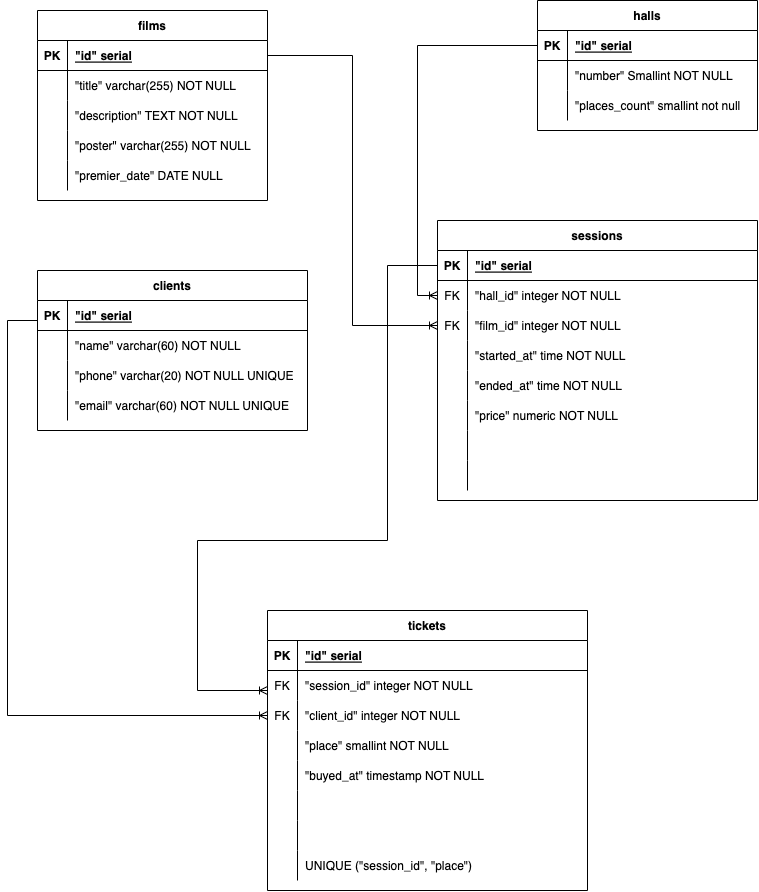
Above: relations.png in otusteamedu/PHP_2022 (draw.io), before the change. Source tidied: cells renumbered, new cells last; positions are measured from the earlier drawing's top-left corner, leaving out a move shared by most shapes.
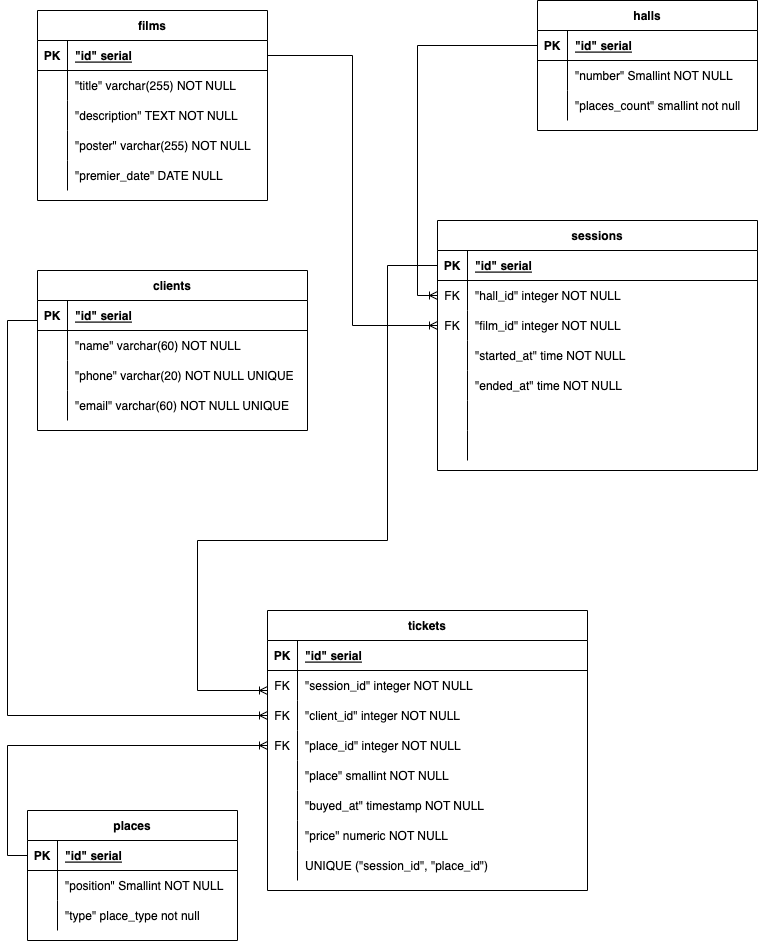
After the commit.

Commit message:
правки по ревью

The edit, as a diff of the source:
```diff
@@ -120,7 +120,7 @@
       <mxGeometry x="30" width="190" height="30" as="geometry" />
     </mxCell>
     <mxCell id="41" value="sessions" style="shape=table;startSize=30;rowLines=0;fontStyle=1;align=center;" parent="1" vertex="1">
-      <mxGeometry x="430" y="220" width="320" height="280" as="geometry" />
+      <mxGeometry x="430" y="220" width="320" height="250" as="geometry" />
     </mxCell>
     <mxCell id="42" style="shape=partialRectangle;fillColor=none;points=[[0,0.5],[1,0.5]];portConstraint=eastwest;top=0;left=0;right=0;bottom=1;" parent="41" vertex="1">
       <mxGeometry y="30" width="320" height="30" as="geometry" />
@@ -167,17 +167,8 @@
     <mxCell id="56" value="&quot;ended_at&quot; time NOT NULL" style="shape=partialRectangle;overflow=hidden;fillColor=none;top=0;left=0;bottom=0;right=0;align=left;spacingLeft=6;" parent="54" vertex="1">
       <mxGeometry x="30" width="290" height="30" as="geometry" />
     </mxCell>
-    <mxCell id="57" style="shape=partialRectangle;fillColor=none;top=0;left=0;right=0;bottom=0;" parent="41" vertex="1">
-      <mxGeometry y="180" width="320" height="30" as="geometry" />
-    </mxCell>
-    <mxCell id="58" style="shape=partialRectangle;overflow=hidden;fillColor=none;top=0;left=0;bottom=0;right=0;" parent="57" vertex="1">
-      <mxGeometry width="30" height="30" as="geometry" />
-    </mxCell>
-    <mxCell id="59" value="&quot;price&quot; numeric NOT NULL" style="shape=partialRectangle;overflow=hidden;fillColor=none;top=0;left=0;bottom=0;right=0;align=left;spacingLeft=6;" parent="57" vertex="1">
-      <mxGeometry x="30" width="290" height="30" as="geometry" />
-    </mxCell>
     <mxCell id="60" style="shape=partialRectangle;fillColor=none;top=0;left=0;right=0;bottom=0;" parent="41" vertex="1">
-      <mxGeometry y="210" width="320" height="30" as="geometry" />
+      <mxGeometry y="180" width="320" height="30" as="geometry" />
     </mxCell>
     <mxCell id="61" style="shape=partialRectangle;overflow=hidden;fillColor=none;top=0;left=0;bottom=0;right=0;" parent="60" vertex="1">
       <mxGeometry width="30" height="30" as="geometry" />
@@ -186,7 +177,7 @@
       <mxGeometry x="30" width="290" height="30" as="geometry" />
     </mxCell>
     <mxCell id="63" style="shape=partialRectangle;fillColor=none;top=0;left=0;right=0;bottom=0;" parent="41" vertex="1">
-      <mxGeometry y="240" width="320" height="30" as="geometry" />
+      <mxGeometry y="210" width="320" height="30" as="geometry" />
     </mxCell>
     <mxCell id="64" style="shape=partialRectangle;overflow=hidden;fillColor=none;top=0;left=0;bottom=0;right=0;" parent="63" vertex="1">
       <mxGeometry width="30" height="30" as="geometry" />
@@ -224,8 +215,17 @@
     <mxCell id="75" value="&quot;client_id&quot; integer NOT NULL" style="shape=partialRectangle;overflow=hidden;fillColor=none;top=0;left=0;bottom=0;right=0;align=left;spacingLeft=6;" parent="73" vertex="1">
       <mxGeometry x="30" width="290" height="30" as="geometry" />
     </mxCell>
+    <mxCell id="82" style="shape=partialRectangle;fillColor=none;points=[[0,0.5],[1,0.5]];portConstraint=eastwest;top=0;left=0;right=0;bottom=0;" parent="66" vertex="1">
+      <mxGeometry y="120" width="320" height="30" as="geometry" />
+    </mxCell>
+    <mxCell id="83" value="FK" style="shape=partialRectangle;overflow=hidden;fillColor=none;top=0;left=0;bottom=0;right=0;" parent="82" vertex="1">
+      <mxGeometry width="30" height="30" as="geometry" />
+    </mxCell>
+    <mxCell id="84" value="&quot;place_id&quot; integer NOT NULL" style="shape=partialRectangle;overflow=hidden;fillColor=none;top=0;left=0;bottom=0;right=0;align=left;spacingLeft=6;" parent="82" vertex="1">
+      <mxGeometry x="30" width="290" height="30" as="geometry" />
+    </mxCell>
     <mxCell id="76" style="shape=partialRectangle;fillColor=none;top=0;left=0;right=0;bottom=0;" parent="66" vertex="1">
-      <mxGeometry y="120" width="320" height="30" as="geometry" />
+      <mxGeometry y="150" width="320" height="30" as="geometry" />
     </mxCell>
     <mxCell id="77" style="shape=partialRectangle;overflow=hidden;fillColor=none;top=0;left=0;bottom=0;right=0;" parent="76" vertex="1">
       <mxGeometry width="30" height="30" as="geometry" />
@@ -234,7 +234,7 @@
       <mxGeometry x="30" width="290" height="30" as="geometry" />
     </mxCell>
     <mxCell id="79" style="shape=partialRectangle;fillColor=none;top=0;left=0;right=0;bottom=0;" parent="66" vertex="1">
-      <mxGeometry y="150" width="320" height="30" as="geometry" />
+      <mxGeometry y="180" width="320" height="30" as="geometry" />
     </mxCell>
     <mxCell id="80" style="shape=partialRectangle;overflow=hidden;fillColor=none;top=0;left=0;bottom=0;right=0;" parent="79" vertex="1">
       <mxGeometry width="30" height="30" as="geometry" />
@@ -242,22 +242,13 @@
     <mxCell id="81" value="&quot;buyed_at&quot; timestamp NOT NULL" style="shape=partialRectangle;overflow=hidden;fillColor=none;top=0;left=0;bottom=0;right=0;align=left;spacingLeft=6;" parent="79" vertex="1">
       <mxGeometry x="30" width="290" height="30" as="geometry" />
     </mxCell>
-    <mxCell id="82" style="shape=partialRectangle;fillColor=none;points=[[0,0.5],[1,0.5]];portConstraint=eastwest;top=0;left=0;right=0;bottom=0;" parent="66" vertex="1">
-      <mxGeometry y="180" width="320" height="30" as="geometry" />
-    </mxCell>
-    <mxCell id="83" style="shape=partialRectangle;overflow=hidden;fillColor=none;top=0;left=0;bottom=0;right=0;" parent="82" vertex="1">
-      <mxGeometry width="30" height="30" as="geometry" />
-    </mxCell>
-    <mxCell id="84" style="shape=partialRectangle;overflow=hidden;fillColor=none;top=0;left=0;bottom=0;right=0;align=left;spacingLeft=6;" parent="82" vertex="1">
-      <mxGeometry x="30" width="290" height="30" as="geometry" />
-    </mxCell>
     <mxCell id="85" style="shape=partialRectangle;fillColor=none;top=0;left=0;right=0;bottom=0;" parent="66" vertex="1">
       <mxGeometry y="210" width="320" height="30" as="geometry" />
     </mxCell>
     <mxCell id="86" style="shape=partialRectangle;overflow=hidden;fillColor=none;top=0;left=0;bottom=0;right=0;" parent="85" vertex="1">
       <mxGeometry width="30" height="30" as="geometry" />
     </mxCell>
-    <mxCell id="87" style="shape=partialRectangle;overflow=hidden;fillColor=none;top=0;left=0;bottom=0;right=0;align=left;spacingLeft=6;" parent="85" vertex="1">
+    <mxCell id="87" value="&quot;price&quot; numeric NOT NULL" style="shape=partialRectangle;overflow=hidden;fillColor=none;top=0;left=0;bottom=0;right=0;align=left;spacingLeft=6;" parent="85" vertex="1">
       <mxGeometry x="30" width="290" height="30" as="geometry" />
     </mxCell>
     <mxCell id="88" style="shape=partialRectangle;fillColor=none;top=0;left=0;right=0;bottom=0;" parent="66" vertex="1">
@@ -266,7 +257,7 @@
     <mxCell id="89" style="shape=partialRectangle;overflow=hidden;fillColor=none;top=0;left=0;bottom=0;right=0;" parent="88" vertex="1">
       <mxGeometry width="30" height="30" as="geometry" />
     </mxCell>
-    <mxCell id="90" value="UNIQUE (&quot;session_id&quot;, &quot;place&quot;)" style="shape=partialRectangle;overflow=hidden;fillColor=none;top=0;left=0;bottom=0;right=0;align=left;spacingLeft=6;" parent="88" vertex="1">
+    <mxCell id="90" value="UNIQUE (&quot;session_id&quot;, &quot;place_id&quot;)" style="shape=partialRectangle;overflow=hidden;fillColor=none;top=0;left=0;bottom=0;right=0;align=left;spacingLeft=6;" parent="88" vertex="1">
       <mxGeometry x="30" width="290" height="30" as="geometry" />
     </mxCell>
     <mxCell id="91" style="edgeStyle=orthogonalEdgeStyle;rounded=0;jettySize=auto;html=1;exitX=0;exitY=0.5;exitDx=0;exitDy=0;endArrow=ERoneToMany;endFill=0;" parent="1" edge="1" source="42">
@@ -297,5 +288,38 @@
     <mxCell id="94" style="edgeStyle=orthogonalEdgeStyle;rounded=0;jettySize=auto;html=1;startArrow=ERoneToMany;startFill=0;endArrow=none;endFill=0;entryX=1;entryY=0.5;entryDx=0;entryDy=0;" parent="1" edge="1" source="48" target="3">
       <mxGeometry relative="1" as="geometry" />
     </mxCell>
+    <mxCell id="95" value="places" style="shape=table;startSize=30;rowLines=0;fontStyle=1;align=center;" parent="1" vertex="1">
+      <mxGeometry x="20" y="810" width="210" height="130" as="geometry" />
+    </mxCell>
+    <mxCell id="96" style="shape=tableRow;horizontal=0;startSize=0;swimlaneHead=0;swimlaneBody=0;fillColor=none;points=[[0,0.5],[1,0.5]];portConstraint=eastwest;top=0;left=0;right=0;bottom=1;" parent="95" vertex="1">
+      <mxGeometry y="30" width="210" height="30" as="geometry" />
+    </mxCell>
+    <mxCell id="97" value="PK" style="shape=partialRectangle;overflow=hidden;fillColor=none;top=0;left=0;bottom=0;right=0;fontStyle=1;" parent="96" vertex="1">
+      <mxGeometry width="30" height="30" as="geometry" />
+    </mxCell>
+    <mxCell id="98" value="&quot;id&quot; serial " style="shape=partialRectangle;overflow=hidden;fillColor=none;align=left;top=0;left=0;bottom=0;right=0;spacingLeft=6;fontStyle=5;" parent="96" vertex="1">
+      <mxGeometry x="30" width="180" height="30" as="geometry" />
+    </mxCell>
+    <mxCell id="99" style="shape=tableRow;horizontal=0;startSize=0;swimlaneHead=0;swimlaneBody=0;fillColor=none;top=0;left=0;right=0;bottom=0;" parent="95" vertex="1">
+      <mxGeometry y="60" width="210" height="30" as="geometry" />
+    </mxCell>
+    <mxCell id="100" style="shape=partialRectangle;overflow=hidden;fillColor=none;top=0;left=0;bottom=0;right=0;" parent="99" vertex="1">
+      <mxGeometry width="30" height="30" as="geometry" />
+    </mxCell>
+    <mxCell id="101" value="&quot;position&quot; Smallint NOT NULL" style="shape=partialRectangle;overflow=hidden;fillColor=none;align=left;top=0;left=0;bottom=0;right=0;spacingLeft=6;" parent="99" vertex="1">
+      <mxGeometry x="30" width="180" height="30" as="geometry" />
+    </mxCell>
+    <mxCell id="102" style="shape=tableRow;horizontal=0;startSize=0;swimlaneHead=0;swimlaneBody=0;fillColor=none;top=0;left=0;right=0;bottom=0;" parent="95" vertex="1">
+      <mxGeometry y="90" width="210" height="30" as="geometry" />
+    </mxCell>
+    <mxCell id="103" style="shape=partialRectangle;overflow=hidden;fillColor=none;top=0;left=0;bottom=0;right=0;" parent="102" vertex="1">
+      <mxGeometry width="30" height="30" as="geometry" />
+    </mxCell>
+    <mxCell id="104" value="&quot;type&quot; place_type not null" style="shape=partialRectangle;overflow=hidden;fillColor=none;align=left;top=0;left=0;bottom=0;right=0;spacingLeft=6;" parent="102" vertex="1">
+      <mxGeometry x="30" width="180" height="30" as="geometry" />
+    </mxCell>
+    <mxCell id="105" style="edgeStyle=orthogonalEdgeStyle;rounded=0;jettySize=auto;html=1;exitX=0;exitY=0.5;exitDx=0;exitDy=0;entryX=0;entryY=0.5;entryDx=0;entryDy=0;endArrow=none;endFill=0;startArrow=ERoneToMany;startFill=0;" parent="1" edge="1" source="82" target="96">
+      <mxGeometry relative="1" as="geometry" />
+    </mxCell>
   </root>
 </mxGraphModel>
```
